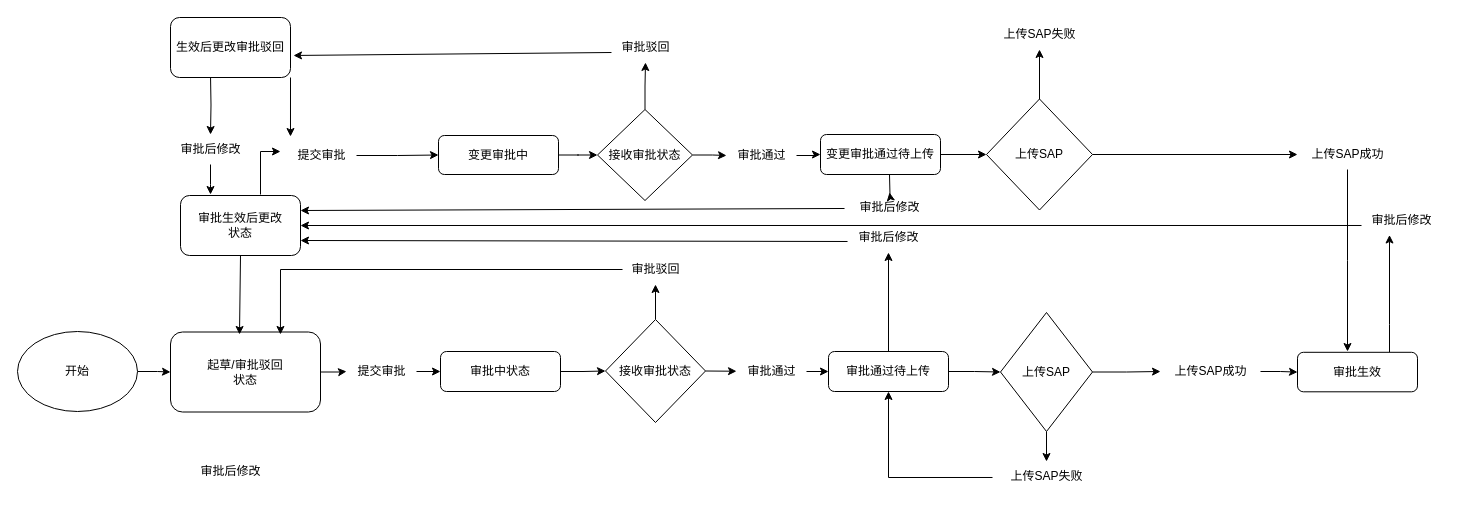
Earlier version of the draw.io diagram 未命名绘图.drawio (Leo-zwh/publishSystem). Source tidied: cells renumbered, new cells numbered last; positions are measured from the earlier drawing's top-left corner, leaving out a move shared by most shapes. Both pictures are drawn from the tidied source at 100%, with x=0, y=0 at pixel (17, 17).
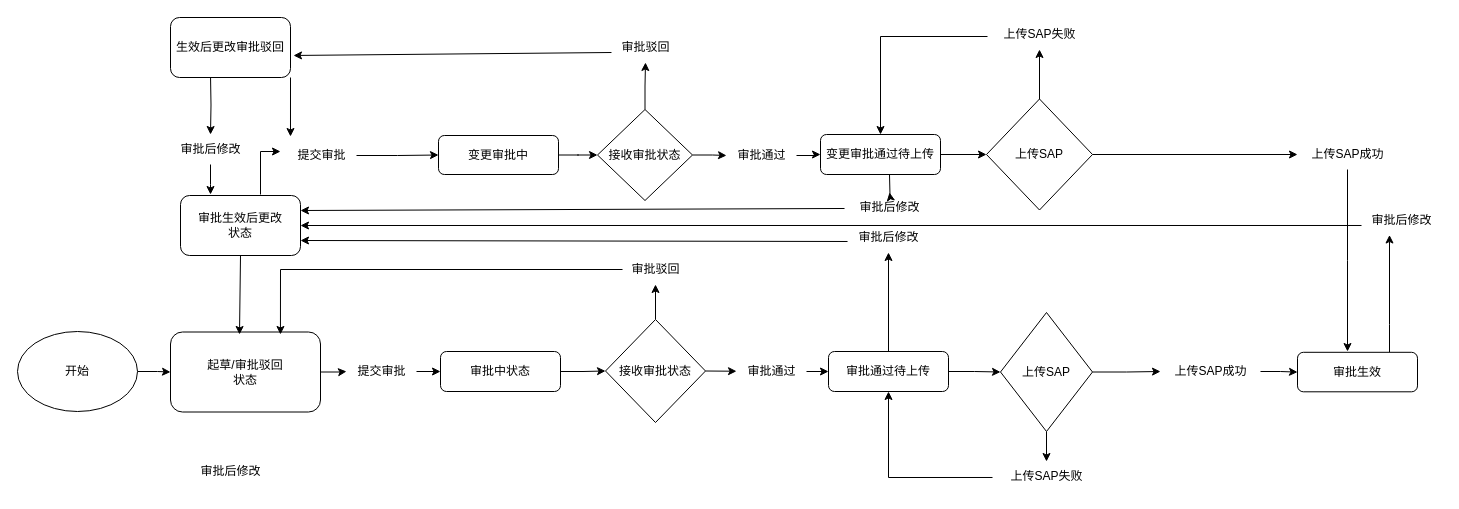
After the change.

Commit message:
更新未命名绘图.drawio

The change refers to these unchanged cells:
```xml
<mxCell id="50" value="变更审批通过待上传" style="rounded=1;whiteSpace=wrap;html=1;" parent="1" vertex="1">
  <mxGeometry x="803" y="117" width="120" height="40" as="geometry" />
</mxCell>
<mxCell id="56" value="上传SAP失败" style="text;html=1;align=center;verticalAlign=middle;points=[];strokeColor=none;fillColor=none;" parent="1" vertex="1">
  <mxGeometry x="972" y="2" width="100" height="30" as="geometry" />
</mxCell>
```

Change to the diagram source:
```diff
@@
+    <mxCell id="64" style="endArrow=classic;html=1;rounded=0;exitX=-0.02;exitY=0.567;exitDx=0;exitDy=0;exitPerimeter=0;entryX=0.5;entryY=0;entryDx=0;entryDy=0;" parent="1" edge="1" source="56" target="50">
+      <mxGeometry relative="1" as="geometry">
+        <Array as="points">
+          <mxPoint x="863" y="19" />
+        </Array>
+      </mxGeometry>
+    </mxCell>
```
